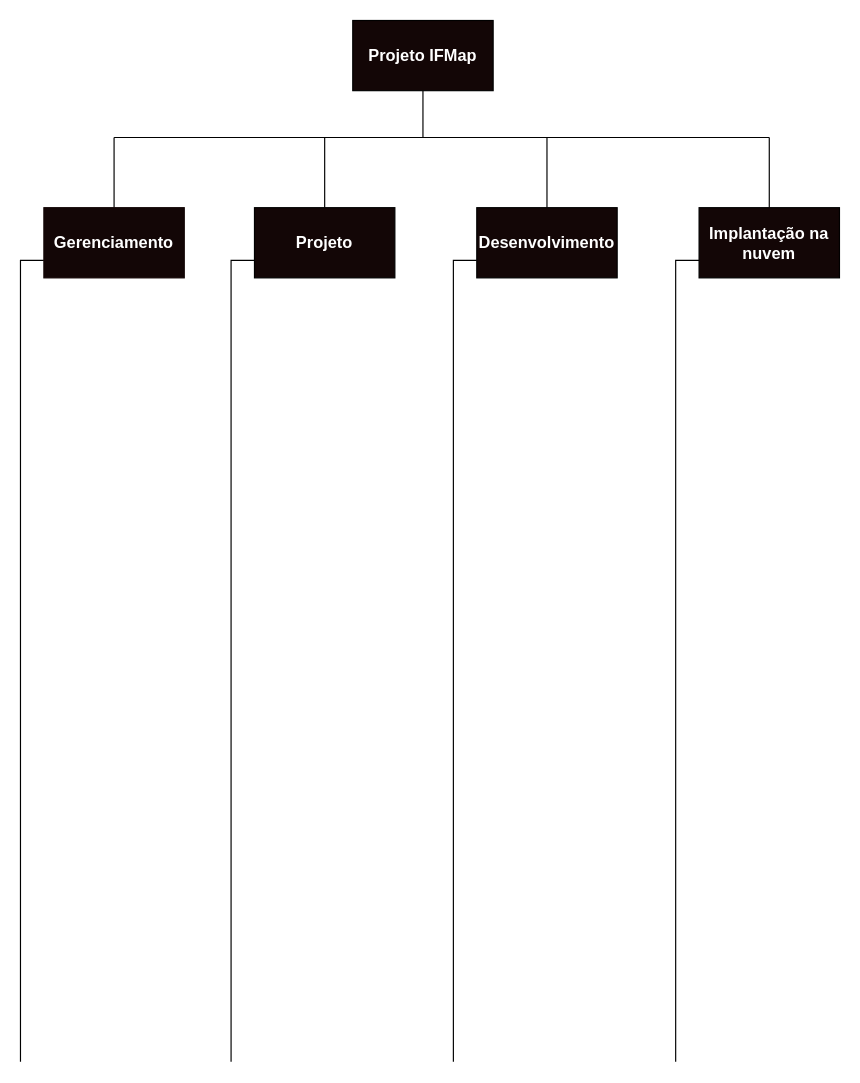
MarVin17G/if-map keeps this draw.io diagram as docs/Diagramas/escopo EAP.drawio. Above is the earlier version. Source tidied: cells renumbered, new cells numbered last; positions are measured from the earlier drawing's top-left corner, leaving out a move shared by most shapes. Both pictures are drawn from the tidied source at 117%, with x=0, y=0 at pixel (20, 20).
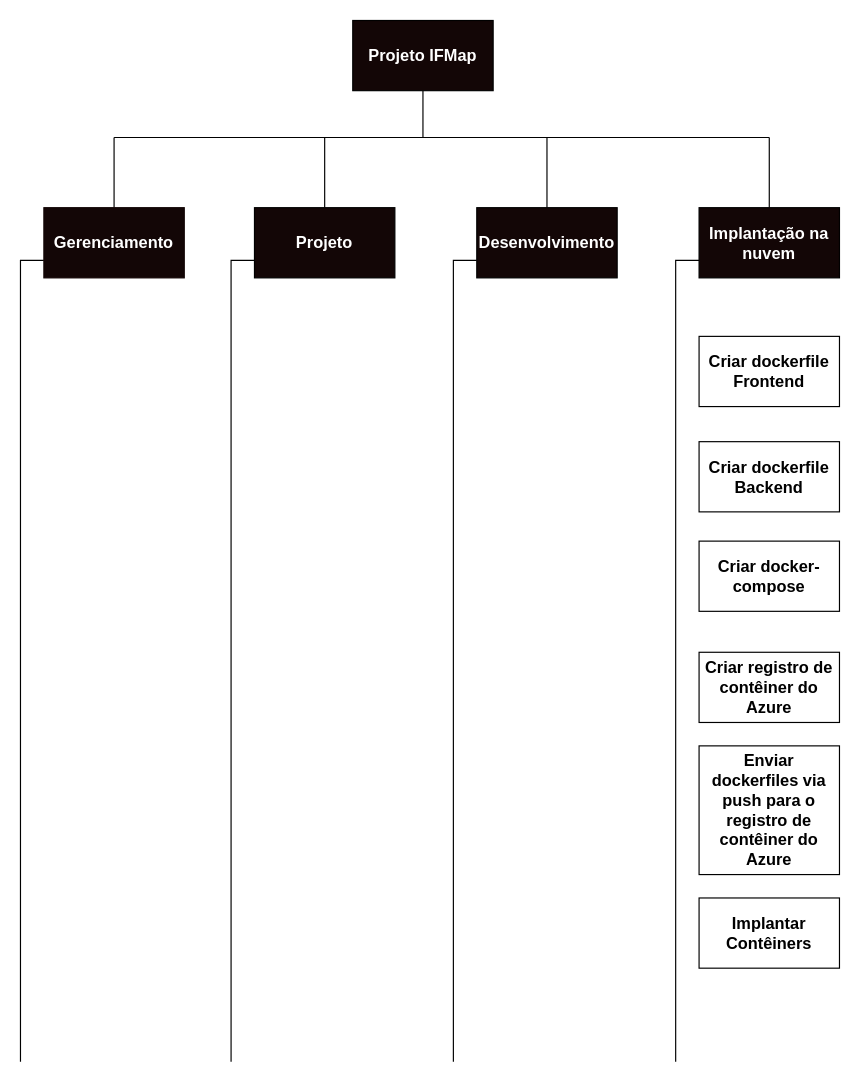
Above is the later version.

Commit message:
docs: passos para implantacao na nuvem

What changed in the source:
```diff
@@
+    <mxCell id="17" value="&lt;font style=&quot;font-size: 14px;&quot;&gt;&lt;b style=&quot;&quot;&gt;Criar dockerfile&lt;br&gt;Frontend&lt;br&gt;&lt;/b&gt;&lt;/font&gt;" style="rounded=0;whiteSpace=wrap;html=1;" parent="1" vertex="1">
+      <mxGeometry x="580" y="270" width="120" height="60" as="geometry" />
+    </mxCell>
+    <mxCell id="18" value="&lt;font style=&quot;font-size: 14px;&quot;&gt;&lt;b style=&quot;&quot;&gt;Criar dockerfile&lt;br&gt;Backend&lt;br&gt;&lt;/b&gt;&lt;/font&gt;" style="rounded=0;whiteSpace=wrap;html=1;" parent="1" vertex="1">
+      <mxGeometry x="580" y="360" width="120" height="60" as="geometry" />
+    </mxCell>
+    <mxCell id="19" value="&lt;font style=&quot;font-size: 14px;&quot;&gt;&lt;b style=&quot;&quot;&gt;Criar docker-compose&lt;br&gt;&lt;/b&gt;&lt;/font&gt;" style="rounded=0;whiteSpace=wrap;html=1;" parent="1" vertex="1">
+      <mxGeometry x="580" y="445" width="120" height="60" as="geometry" />
+    </mxCell>
+    <mxCell id="20" value="&lt;font style=&quot;font-size: 14px;&quot;&gt;&lt;b style=&quot;&quot;&gt;Criar registro de contêiner do Azure&lt;br&gt;&lt;/b&gt;&lt;/font&gt;" style="rounded=0;whiteSpace=wrap;html=1;" parent="1" vertex="1">
+      <mxGeometry x="580" y="540" width="120" height="60" as="geometry" />
+    </mxCell>
+    <mxCell id="21" value="&lt;font style=&quot;font-size: 14px;&quot;&gt;&lt;b style=&quot;&quot;&gt;Enviar dockerfiles via push para o registro de contêiner do Azure&lt;br&gt;&lt;/b&gt;&lt;/font&gt;" style="rounded=0;whiteSpace=wrap;html=1;" parent="1" vertex="1">
+      <mxGeometry x="580" y="620" width="120" height="110" as="geometry" />
+    </mxCell>
+    <mxCell id="22" value="&lt;font style=&quot;font-size: 14px;&quot;&gt;&lt;b style=&quot;&quot;&gt;Implantar Contêiners&lt;br&gt;&lt;/b&gt;&lt;/font&gt;" style="rounded=0;whiteSpace=wrap;html=1;" parent="1" vertex="1">
+      <mxGeometry x="580" y="750" width="120" height="60" as="geometry" />
+    </mxCell>
```
